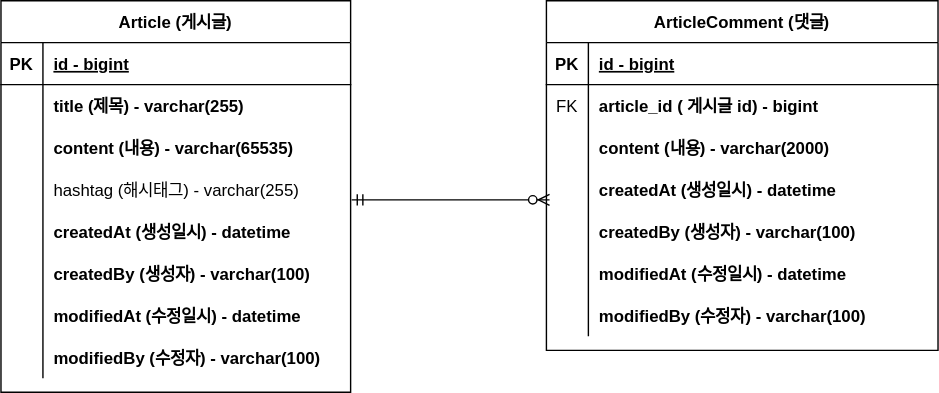
Before: document/board-project-erd.svg, a diagram exported from draw.io (best-jinny/board-project). Source tidied: cells renumbered, new cells last; positions are measured from the earlier drawing's top-left corner, leaving out a move shared by most shapes.
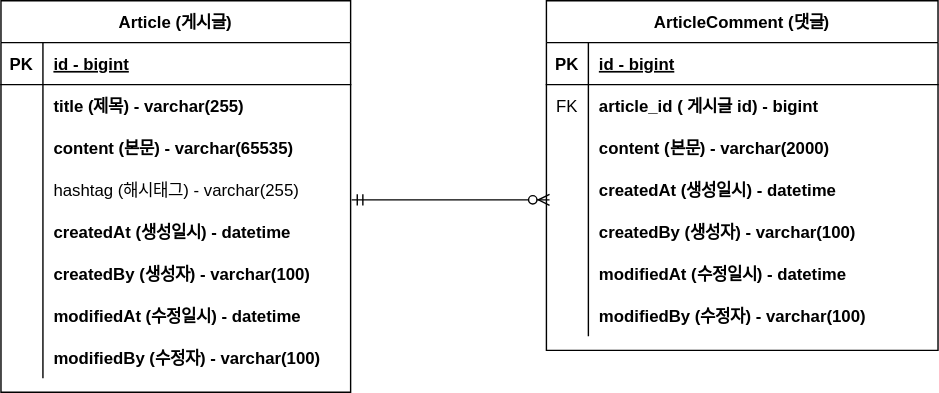
Above is the later version.

Commit message:
#8 - ERD 주석 업데이트 : board-project-erd.svg

Diff of the diagram source:
```diff
@@ -29,7 +29,7 @@
     <mxCell id="10" style="shape=partialRectangle;overflow=hidden;fillColor=none;top=0;left=0;bottom=0;right=0;" parent="9" vertex="1">
       <mxGeometry width="30" height="30" as="geometry" />
     </mxCell>
-    <mxCell id="11" value="content (내용) - varchar(65535)" style="shape=partialRectangle;overflow=hidden;fillColor=none;top=0;left=0;bottom=0;right=0;align=left;spacingLeft=6;fontStyle=1;" parent="9" vertex="1">
+    <mxCell id="11" value="content (본문) - varchar(65535)" style="shape=partialRectangle;overflow=hidden;fillColor=none;top=0;left=0;bottom=0;right=0;align=left;spacingLeft=6;fontStyle=1;" parent="9" vertex="1">
       <mxGeometry x="30" width="220" height="30" as="geometry" />
     </mxCell>
     <mxCell id="12" style="shape=partialRectangle;fillColor=none;points=[[0,0.5],[1,0.5]];portConstraint=eastwest;top=0;left=0;right=0;bottom=0;" parent="2" vertex="1">
@@ -104,7 +104,7 @@
     <mxCell id="35" style="shape=partialRectangle;overflow=hidden;fillColor=none;top=0;left=0;bottom=0;right=0;" parent="34" vertex="1">
       <mxGeometry width="30" height="30" as="geometry" />
     </mxCell>
-    <mxCell id="36" value="content (내용) - varchar(2000) " style="shape=partialRectangle;overflow=hidden;fillColor=none;top=0;left=0;bottom=0;right=0;align=left;spacingLeft=6;fontStyle=1;" parent="34" vertex="1">
+    <mxCell id="36" value="content (본문) - varchar(2000) " style="shape=partialRectangle;overflow=hidden;fillColor=none;top=0;left=0;bottom=0;right=0;align=left;spacingLeft=6;fontStyle=1;" parent="34" vertex="1">
       <mxGeometry x="30" width="250" height="30" as="geometry" />
     </mxCell>
     <mxCell id="37" style="shape=partialRectangle;fillColor=none;points=[[0,0.5],[1,0.5]];portConstraint=eastwest;top=0;left=0;right=0;bottom=0;" parent="27" vertex="1">
```
